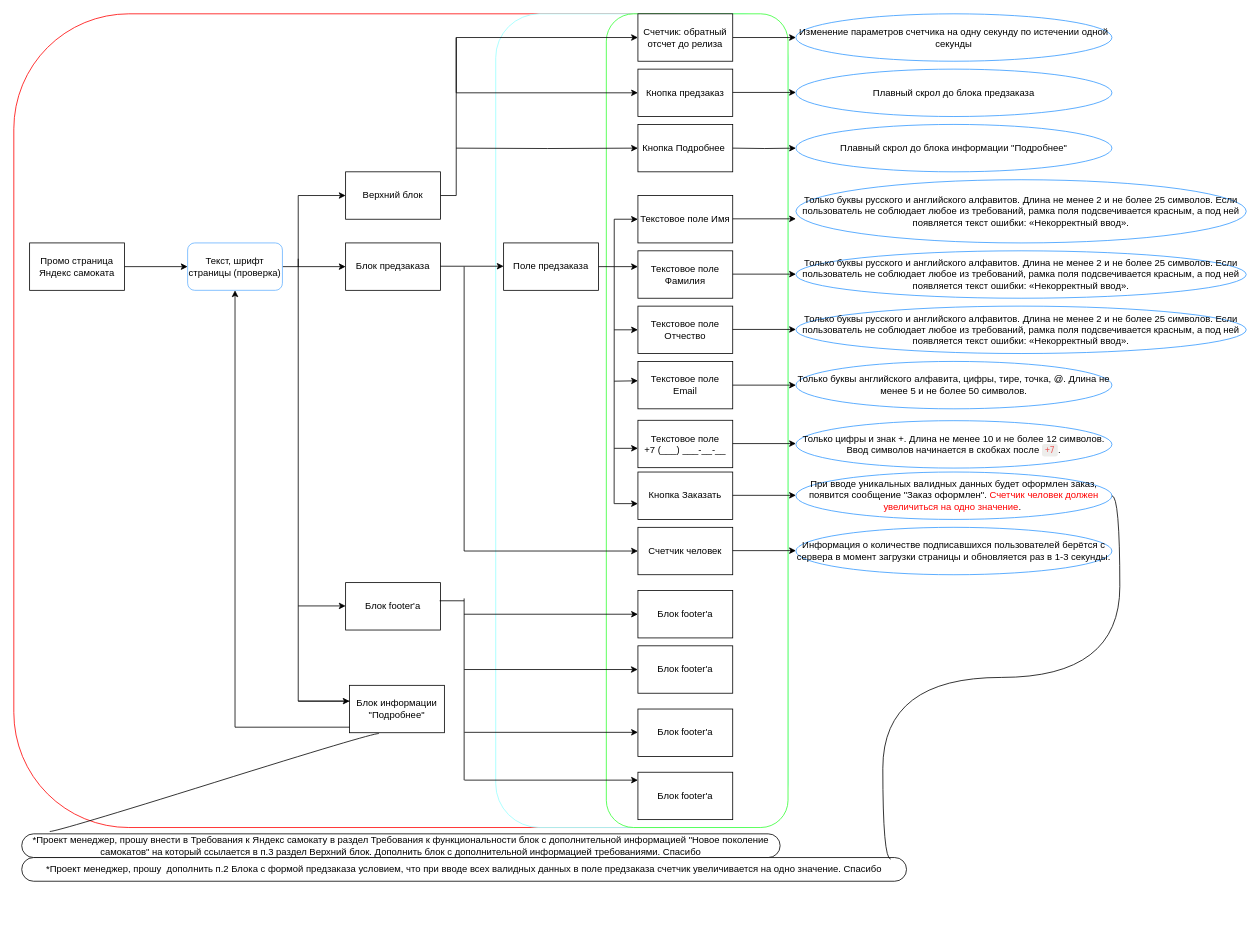
ru1svasin/ru1svasin keeps this draw.io diagram as Диаграмма без названия.drawio. Above is the earlier version. Source tidied: cells renumbered, new cells numbered last; positions are measured from the earlier drawing's top-left corner, leaving out a move shared by most shapes. Both pictures are drawn from the tidied source at 79%, with x=0, y=0 at pixel (13, 13).
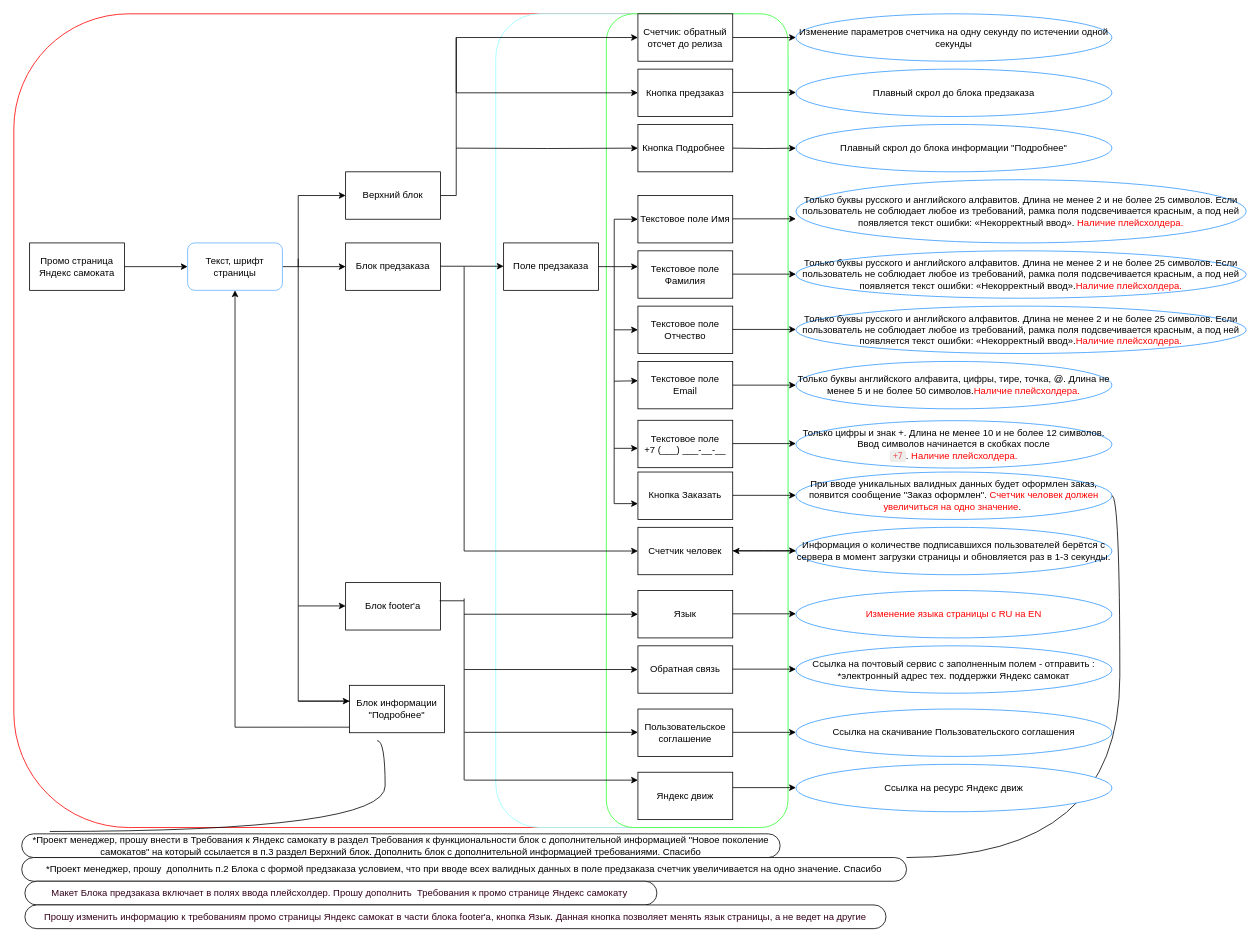
Above is the later version.

Unchanged cells that the change refers to:
```xml
<mxCell id="24" value="Блок информации &quot;Подробнее&quot;" style="rounded=0;whiteSpace=wrap;html=1;" parent="1" vertex="1">
  <mxGeometry x="425" y="850" width="120" height="60" as="geometry" />
</mxCell>
<mxCell id="53" value="*Проект менеджер, прошу внести в Требования к Яндекс самокату в раздел Требования к функциональности блок с дополнительной информацией &quot;Новое поколение самокатов&quot; на который ссылается в п.3 раздел Верхний блок. Дополнить блок с дополнительной информацией требованиями. Спасибо" style="whiteSpace=wrap;html=1;rounded=1;arcSize=50;align=center;verticalAlign=middle;strokeWidth=1;spacing=4;newEdgeStyle={&quot;edgeStyle&quot;:&quot;entityRelationEdgeStyle&quot;,&quot;startArrow&quot;:&quot;none&quot;,&quot;endArrow&quot;:&quot;none&quot;,&quot;segment&quot;:10,&quot;curved&quot;:1};" parent="1" vertex="1">
  <mxGeometry x="10" y="1038" width="960" height="30" as="geometry" />
</mxCell>
<mxCell id="71" value="При вводе уникальных валидных данных будет оформлен заказ, появится сообщение &quot;Заказ оформлен&quot;. &lt;font color=&quot;#ff0000&quot;&gt;Счетчик человек должен увеличиться на одно значение&lt;/font&gt;.&amp;nbsp;" style="ellipse;whiteSpace=wrap;html=1;rounded=0;strokeColor=#3399FF;" parent="1" vertex="1">
  <mxGeometry x="990" y="580" width="400" height="60" as="geometry" />
</mxCell>
<mxCell id="75" value="Информация о количестве подписавшихся пользователей берётся с сервера в момент загрузки страницы и обновляется раз в 1-3 секунды." style="ellipse;whiteSpace=wrap;html=1;rounded=0;strokeColor=#3399FF;" parent="1" vertex="1">
  <mxGeometry x="990" y="650" width="400" height="60" as="geometry" />
</mxCell>
<mxCell id="77" value="&lt;font color=&quot;#000000&quot;&gt;*Проект менеджер, прошу&amp;nbsp; дополнить п.2 Блока с формой предзаказа условием, что при вводе всех валидных данных в поле предзаказа счетчик увеличивается на одно значение. Спасибо&lt;/font&gt;" style="whiteSpace=wrap;html=1;rounded=1;arcSize=50;align=center;verticalAlign=middle;strokeWidth=1;spacing=4;newEdgeStyle={&quot;edgeStyle&quot;:&quot;entityRelationEdgeStyle&quot;,&quot;startArrow&quot;:&quot;none&quot;,&quot;endArrow&quot;:&quot;none&quot;,&quot;segment&quot;:10,&quot;curved&quot;:1};fontColor=#FF0000;" parent="1" vertex="1">
  <mxGeometry x="10" y="1068" width="1120" height="30" as="geometry" />
</mxCell>
```

The edit, as a diff of the source:
```diff
@@
-    <mxCell id="8" value="Текст, шрифт страницы (проверка)" style="whiteSpace=wrap;html=1;rounded=1;strokeColor=#66B2FF;" parent="1" vertex="1">
+    <mxCell id="8" value="Текст, шрифт страницы" style="whiteSpace=wrap;html=1;rounded=1;strokeColor=#66B2FF;" parent="1" vertex="1">
       <mxGeometry x="220" y="290" width="120" height="60" as="geometry" />
     </mxCell>
@@
-    <mxCell id="43" value="Блок footer'a" style="rounded=0;whiteSpace=wrap;html=1;" parent="1" vertex="1">
+    <mxCell id="43" value="Яндекс движ" style="rounded=0;whiteSpace=wrap;html=1;" parent="1" vertex="1">
       <mxGeometry x="790" y="960" width="120" height="60" as="geometry" />
     </mxCell>
-    <mxCell id="44" value="Блок footer'a" style="rounded=0;whiteSpace=wrap;html=1;" parent="1" vertex="1">
+    <mxCell id="44" value="Пользовательское соглашение" style="rounded=0;whiteSpace=wrap;html=1;" parent="1" vertex="1">
       <mxGeometry x="790" y="880" width="120" height="60" as="geometry" />
     </mxCell>
-    <mxCell id="45" value="Блок footer'a" style="rounded=0;whiteSpace=wrap;html=1;" parent="1" vertex="1">
+    <mxCell id="45" value="Обратная связь" style="rounded=0;whiteSpace=wrap;html=1;" parent="1" vertex="1">
       <mxGeometry x="790" y="800" width="120" height="60" as="geometry" />
     </mxCell>
-    <mxCell id="46" value="Блок footer'a" style="rounded=0;whiteSpace=wrap;html=1;" parent="1" vertex="1">
+    <mxCell id="46" value="Язык" style="rounded=0;whiteSpace=wrap;html=1;" parent="1" vertex="1">
       <mxGeometry x="790" y="730" width="120" height="60" as="geometry" />
     </mxCell>
@@
-    <mxCell id="54" style="edgeStyle=entityRelationEdgeStyle;startArrow=none;endArrow=none;segment=10;curved=1;rounded=0;exitX=0.308;exitY=1.017;exitDx=0;exitDy=0;exitPerimeter=0;entryX=0.037;entryY=-0.1;entryDx=0;entryDy=0;entryPerimeter=0;" parent="1" edge="1" source="24" target="53">
-      <mxGeometry relative="1" as="geometry" />
+    <mxCell id="54" style="edgeStyle=entityRelationEdgeStyle;startArrow=none;endArrow=none;segment=10;curved=1;rounded=0;entryX=0.037;entryY=-0.1;entryDx=0;entryDy=0;entryPerimeter=0;" parent="1" edge="1" target="53">
+      <mxGeometry relative="1" as="geometry">
+        <mxPoint x="460" y="920" as="sourcePoint" />
+      </mxGeometry>
     </mxCell>
@@
-    <mxCell id="59" value="Только буквы русского и английского алфавитов. Длина не менее 2 и не более 25 символов. Если пользователь не соблюдает любое из требований, рамка поля подсвечивается красным, а под ней появляется текст ошибки: «Некорректный ввод»." style="ellipse;whiteSpace=wrap;html=1;rounded=0;strokeColor=#3399FF;" parent="1" vertex="1">
+    <mxCell id="59" value="Только буквы русского и английского алфавитов. Длина не менее 2 и не более 25 символов. Если пользователь не соблюдает любое из требований, рамка поля подсвечивается красным, а под ней появляется текст ошибки: «Некорректный ввод». &lt;font color=&quot;#ff0000&quot;&gt;Наличие&amp;nbsp;плейсхолдера.&lt;/font&gt;" style="ellipse;whiteSpace=wrap;html=1;rounded=0;strokeColor=#3399FF;" parent="1" vertex="1">
       <mxGeometry x="990" y="210" width="570" height="80" as="geometry" />
     </mxCell>
-    <mxCell id="60" value="Только буквы русского и английского алфавитов. Длина не менее 2 и не более 25 символов. Если пользователь не соблюдает любое из требований, рамка поля подсвечивается красным, а под ней появляется текст ошибки: «Некорректный ввод»." style="ellipse;whiteSpace=wrap;html=1;rounded=0;strokeColor=#3399FF;" parent="1" vertex="1">
+    <mxCell id="60" value="Только буквы русского и английского алфавитов. Длина не менее 2 и не более 25 символов. Если пользователь не соблюдает любое из требований, рамка поля подсвечивается красным, а под ней появляется текст ошибки: «Некорректный ввод».&lt;span style=&quot;color: rgb(255, 0, 0);&quot;&gt;Наличие&amp;nbsp;плейсхолдера.&lt;/span&gt;" style="ellipse;whiteSpace=wrap;html=1;rounded=0;strokeColor=#3399FF;" parent="1" vertex="1">
       <mxGeometry x="990" y="300" width="570" height="60" as="geometry" />
     </mxCell>
-    <mxCell id="61" value="Только буквы русского и английского алфавитов. Длина не менее 2 и не более 25 символов. Если пользователь не соблюдает любое из требований, рамка поля подсвечивается красным, а под ней появляется текст ошибки: «Некорректный ввод»." style="ellipse;whiteSpace=wrap;html=1;rounded=0;strokeColor=#3399FF;" parent="1" vertex="1">
+    <mxCell id="61" value="Только буквы русского и английского алфавитов. Длина не менее 2 и не более 25 символов. Если пользователь не соблюдает любое из требований, рамка поля подсвечивается красным, а под ней появляется текст ошибки: «Некорректный ввод».&lt;span style=&quot;color: rgb(255, 0, 0);&quot;&gt;Наличие&amp;nbsp;плейсхолдера.&lt;/span&gt;" style="ellipse;whiteSpace=wrap;html=1;rounded=0;strokeColor=#3399FF;" parent="1" vertex="1">
       <mxGeometry x="990" y="370" width="570" height="60" as="geometry" />
     </mxCell>
-    <mxCell id="62" value="Только буквы английского алфавита, цифры, тире, точка, @. Длина не менее 5 и не более 50 символов. " style="ellipse;whiteSpace=wrap;html=1;rounded=0;strokeColor=#3399FF;" parent="1" vertex="1">
+    <mxCell id="62" value="Только буквы английского алфавита, цифры, тире, точка, @. Длина не менее 5 и не более 50 символов.&lt;span style=&quot;color: rgb(255, 0, 0);&quot;&gt;Наличие&amp;nbsp;плейсхолдера.&lt;/span&gt;" style="ellipse;whiteSpace=wrap;html=1;rounded=0;strokeColor=#3399FF;" parent="1" vertex="1">
       <mxGeometry x="990" y="440" width="400" height="60" as="geometry" />
     </mxCell>
-    <mxCell id="63" value="Только цифры и знак +. Длина не менее 10 и не более 12 символов. Ввод символов начинается в скобках после &lt;span class=&quot;notion-enable-hover&quot; spellcheck=&quot;false&quot; style=&quot;font-family:&amp;quot;SFMono-Regular&amp;quot;, Menlo, Consolas, &amp;quot;PT Mono&amp;quot;, &amp;quot;Liberation Mono&amp;quot;, Courier, monospace;line-height:normal;background:rgba(135,131,120,0.15);color:#EB5757;border-radius:3px;font-size:85%;padding:0.2em 0.4em&quot;&gt;+7&lt;/span&gt;." style="ellipse;whiteSpace=wrap;html=1;rounded=0;strokeColor=#3399FF;" parent="1" vertex="1">
+    <mxCell id="63" value="Только цифры и знак +. Длина не менее 10 и не более 12 символов. Ввод символов начинается в скобках после &lt;span class=&quot;notion-enable-hover&quot; spellcheck=&quot;false&quot; style=&quot;font-family:&amp;quot;SFMono-Regular&amp;quot;, Menlo, Consolas, &amp;quot;PT Mono&amp;quot;, &amp;quot;Liberation Mono&amp;quot;, Courier, monospace;line-height:normal;background:rgba(135,131,120,0.15);color:#EB5757;border-radius:3px;font-size:85%;padding:0.2em 0.4em&quot;&gt;+7&lt;/span&gt;.&amp;nbsp;&lt;span style=&quot;color: rgb(255, 0, 0);&quot;&gt;Наличие&amp;nbsp;плейсхолдера.&lt;/span&gt;" style="ellipse;whiteSpace=wrap;html=1;rounded=0;strokeColor=#3399FF;" parent="1" vertex="1">
       <mxGeometry x="990" y="515" width="400" height="60" as="geometry" />
     </mxCell>
@@
+    <mxCell id="79" style="edgeStyle=orthogonalEdgeStyle;rounded=0;jettySize=auto;html=1;fontColor=#33001A;" parent="1" edge="1" source="75">
+      <mxGeometry relative="1" as="geometry">
+        <mxPoint x="910" y="680" as="targetPoint" />
+      </mxGeometry>
+    </mxCell>
@@
-    <mxCell id="78" style="edgeStyle=entityRelationEdgeStyle;startArrow=none;endArrow=none;segment=10;curved=1;rounded=0;fontColor=#FF0000;" parent="1" edge="1" source="71">
-      <mxGeometry relative="1" as="geometry">
-        <mxPoint x="1110" y="1070" as="targetPoint" />
-      </mxGeometry>
+    <mxCell id="78" style="edgeStyle=entityRelationEdgeStyle;startArrow=none;endArrow=none;segment=10;curved=1;rounded=0;fontColor=#FF0000;entryX=1;entryY=0;entryDx=0;entryDy=0;" parent="1" edge="1" source="71" target="77">
+      <mxGeometry relative="1" as="geometry" />
     </mxCell>
+    <mxCell id="80" value="&lt;font color=&quot;#33001a&quot;&gt;Макет Блока предзаказа включает в полях ввода плейсхолдер. Прошу дополнить&amp;nbsp; Требования к промо странице Яндекс самокату&amp;nbsp;&lt;/font&gt;" style="whiteSpace=wrap;html=1;rounded=1;arcSize=50;align=center;verticalAlign=middle;strokeWidth=1;spacing=4;newEdgeStyle={&quot;edgeStyle&quot;:&quot;entityRelationEdgeStyle&quot;,&quot;startArrow&quot;:&quot;none&quot;,&quot;endArrow&quot;:&quot;none&quot;,&quot;segment&quot;:10,&quot;curved&quot;:1};fontColor=#FF0000;" parent="1" vertex="1">
+      <mxGeometry x="14" y="1098" width="800" height="30" as="geometry" />
+    </mxCell>
+    <mxCell id="81" value="&lt;font color=&quot;#ff0000&quot;&gt;Изменение языка страницы с RU на EN&lt;/font&gt;" style="ellipse;whiteSpace=wrap;html=1;rounded=0;strokeColor=#3399FF;" parent="1" vertex="1">
+      <mxGeometry x="990" y="730" width="400" height="60" as="geometry" />
+    </mxCell>
+    <mxCell id="82" style="edgeStyle=orthogonalEdgeStyle;rounded=0;orthogonalLoop=1;jettySize=auto;html=1;" parent="1" edge="1">
+      <mxGeometry relative="1" as="geometry">
+        <mxPoint x="910" y="759.5" as="sourcePoint" />
+        <mxPoint x="990" y="759.5" as="targetPoint" />
+      </mxGeometry>
+    </mxCell>
+    <mxCell id="83" value="Ссылка на почтовый сервис с заполненным полем - отправить : *электронный адрес тех. поддержки Яндекс самокат" style="ellipse;whiteSpace=wrap;html=1;rounded=0;strokeColor=#3399FF;" parent="1" vertex="1">
+      <mxGeometry x="990" y="800" width="400" height="60" as="geometry" />
+    </mxCell>
+    <mxCell id="84" style="edgeStyle=orthogonalEdgeStyle;rounded=0;orthogonalLoop=1;jettySize=auto;html=1;" parent="1" edge="1">
+      <mxGeometry relative="1" as="geometry">
+        <mxPoint x="910" y="829.5" as="sourcePoint" />
+        <mxPoint x="990" y="829.5" as="targetPoint" />
+      </mxGeometry>
+    </mxCell>
+    <mxCell id="85" value="Ссылка на скачивание Пользовательского соглашения" style="ellipse;whiteSpace=wrap;html=1;rounded=0;strokeColor=#3399FF;" parent="1" vertex="1">
+      <mxGeometry x="990" y="880" width="400" height="60" as="geometry" />
+    </mxCell>
+    <mxCell id="86" style="edgeStyle=orthogonalEdgeStyle;rounded=0;orthogonalLoop=1;jettySize=auto;html=1;" parent="1" edge="1">
+      <mxGeometry relative="1" as="geometry">
+        <mxPoint x="910" y="909.5" as="sourcePoint" />
+        <mxPoint x="990" y="909.5" as="targetPoint" />
+      </mxGeometry>
+    </mxCell>
+    <mxCell id="87" value="Ссылка на ресурс Яндекс движ" style="ellipse;whiteSpace=wrap;html=1;rounded=0;strokeColor=#3399FF;" parent="1" vertex="1">
+      <mxGeometry x="990" y="950" width="400" height="60" as="geometry" />
+    </mxCell>
+    <mxCell id="88" style="edgeStyle=orthogonalEdgeStyle;rounded=0;orthogonalLoop=1;jettySize=auto;html=1;" parent="1" edge="1">
+      <mxGeometry relative="1" as="geometry">
+        <mxPoint x="910" y="979.5" as="sourcePoint" />
+        <mxPoint x="990" y="979.5" as="targetPoint" />
+      </mxGeometry>
+    </mxCell>
+    <mxCell id="89" value="&lt;font color=&quot;#33001a&quot;&gt;Прошу изменить информацию к требованиям промо страницы Яндекс самокат в части блока footer'a, кнопка Язык. Данная кнопка позволяет менять язык страницы, а не ведет на другие&lt;/font&gt;" style="whiteSpace=wrap;html=1;rounded=1;arcSize=50;align=center;verticalAlign=middle;strokeWidth=1;spacing=4;newEdgeStyle={&quot;edgeStyle&quot;:&quot;entityRelationEdgeStyle&quot;,&quot;startArrow&quot;:&quot;none&quot;,&quot;endArrow&quot;:&quot;none&quot;,&quot;segment&quot;:10,&quot;curved&quot;:1};fontColor=#FF0000;" parent="1" vertex="1">
+      <mxGeometry x="14" y="1128" width="1090" height="30" as="geometry" />
+    </mxCell>
```
